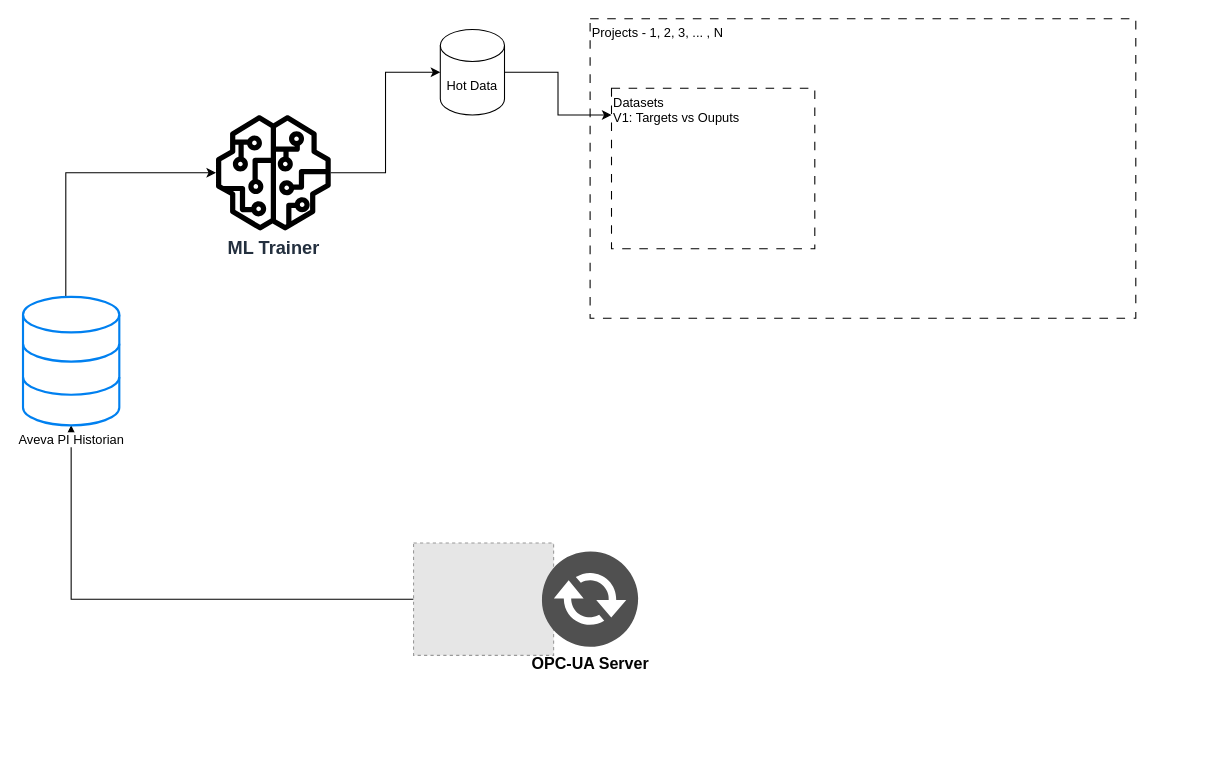
The draw.io diagram page "Data Capture/Datasets_01" (2 of 4) of Untitled Diagram.drawio in sauerBT/PersonalRepo, before the edit. Source tidied: cells renumbered, new cells numbered last; positions are measured from the earlier drawing's top-left corner, leaving out a move shared by most shapes. Both pictures are drawn from the tidied source at 107%, with x=0, y=0 at pixel (22, 18). Pictures stored in the file or linked from it are replaced by grey dashed boxes.
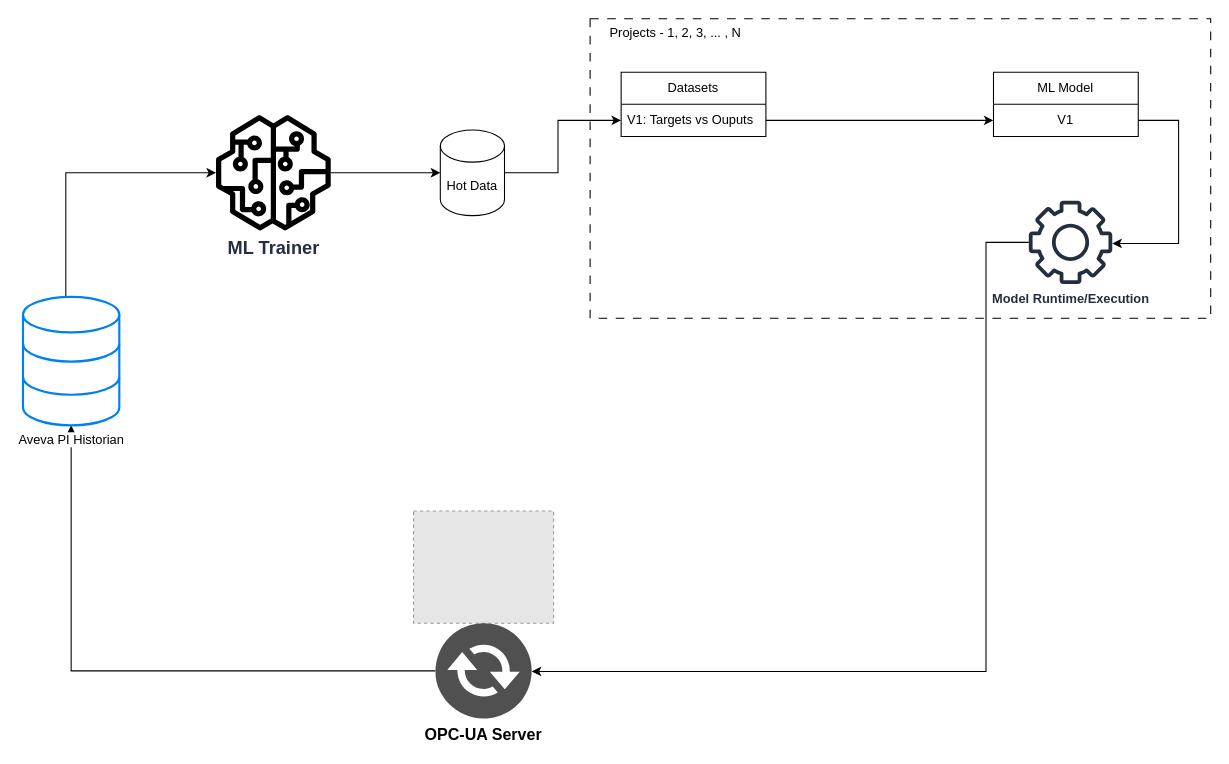
The same diagram, later.

The change refers to these unchanged cells:
```xml
<mxCell id="6" value="Aveva PI Historian" style="html=1;verticalLabelPosition=bottom;align=center;labelBackgroundColor=#ffffff;verticalAlign=top;strokeWidth=2;strokeColor=#0080F0;shadow=0;dashed=0;shape=mxgraph.ios7.icons.data;" parent="1" vertex="1">
  <mxGeometry y="260" width="90" height="120" as="geometry" />
</mxCell>
<mxCell id="7" value="ML Trainer" style="sketch=0;outlineConnect=0;fontColor=#232F3E;gradientColor=none;fillColor=#000000;strokeColor=none;dashed=0;verticalLabelPosition=bottom;verticalAlign=top;align=center;html=1;fontSize=17;fontStyle=1;shape=mxgraph.aws4.sagemaker_model;" parent="1" vertex="1">
  <mxGeometry x="180" y="90" width="108" height="108" as="geometry" />
</mxCell>
```

What changed in the source:
```diff
@@
-    <mxCell id="2" style="edgeStyle=orthogonalEdgeStyle;rounded=0;jettySize=auto;html=1;flowAnimation=1;" parent="1" edge="1" source="3" target="6">
-      <mxGeometry relative="1" as="geometry" />
+    <mxCell id="2" style="edgeStyle=orthogonalEdgeStyle;rounded=0;jettySize=auto;html=1;flowAnimation=1;" parent="1" edge="1" source="4" target="6">
+      <mxGeometry relative="1" as="geometry">
+        <Array as="points">
+          <mxPoint x="45" y="610" />
+        </Array>
+      </mxGeometry>
     </mxCell>
     <mxCell id="3" style="fillColor=#E6E6E6;strokeColor=#999999;dashed=1;verticalLabelPosition=bottom;labelBackgroundColor=default;verticalAlign=top;" parent="1" vertex="1">
-      <mxGeometry x="365" y="490" width="130.9" height="105" as="geometry" />
+      <mxGeometry x="365" y="460" width="130.9" height="105" as="geometry" />
     </mxCell>
-    <mxCell id="4" value="OPC-UA Server" style="sketch=0;shadow=0;dashed=0;html=1;strokeColor=none;fillColor=#505050;labelPosition=center;verticalLabelPosition=bottom;verticalAlign=top;outlineConnect=0;align=center;shape=mxgraph.office.communications.exchange_active_sync;fontStyle=1;fontSize=15;fontColor=#030303;" parent="1" vertex="1">
-      <mxGeometry x="485" y="498" width="89.9" height="89" as="geometry" />
+    <mxCell id="4" value="OPC-UA Server" style="sketch=0;shadow=0;dashed=0;html=1;strokeColor=none;fillColor=#505050;labelPosition=center;verticalLabelPosition=bottom;verticalAlign=top;outlineConnect=0;align=center;shape=mxgraph.office.communications.exchange_active_sync;fontStyle=1;fontSize=15;fontColor=#030303;horizontal=1;" parent="1" vertex="1">
+      <mxGeometry x="385.5" y="565" width="89.9" height="89" as="geometry" />
     </mxCell>
@@
-    <mxCell id="8" style="edgeStyle=orthogonalEdgeStyle;rounded=0;jettySize=auto;html=1;" parent="1" edge="1" source="9" target="12">
+    <mxCell id="8" style="edgeStyle=orthogonalEdgeStyle;rounded=0;jettySize=auto;html=1;flowAnimation=1;entryX=0;entryY=0.5;entryDx=0;entryDy=0;" parent="1" edge="1" source="9" target="15">
       <mxGeometry relative="1" as="geometry">
         <Array as="points">
-          <mxPoint x="500" y="50" />
-          <mxPoint x="500" y="90" />
+          <mxPoint x="500" y="144" />
+          <mxPoint x="500" y="95" />
         </Array>
       </mxGeometry>
     </mxCell>
     <mxCell id="9" value="Hot Data" style="shape=cylinder3;whiteSpace=wrap;html=1;boundedLbl=1;backgroundOutline=1;size=15;" parent="1" vertex="1">
-      <mxGeometry x="390" y="10" width="60" height="80" as="geometry" />
+      <mxGeometry x="390" y="104" width="60" height="80" as="geometry" />
     </mxCell>
-    <mxCell id="10" style="edgeStyle=orthogonalEdgeStyle;rounded=0;jettySize=auto;html=1;entryX=0;entryY=0.5;entryDx=0;entryDy=0;entryPerimeter=0;" parent="1" edge="1" source="7" target="9">
+    <mxCell id="10" style="edgeStyle=orthogonalEdgeStyle;rounded=0;jettySize=auto;html=1;entryX=0;entryY=0.5;entryDx=0;entryDy=0;entryPerimeter=0;flowAnimation=1;" parent="1" edge="1" source="7" target="9">
       <mxGeometry relative="1" as="geometry" />
     </mxCell>
-    <mxCell id="11" value="Projects - 1, 2, 3, ... , N&lt;div&gt;&lt;br&gt;&lt;/div&gt;" style="rounded=0;whiteSpace=wrap;html=1;dashed=1;dashPattern=8 8;align=left;verticalAlign=top;fillColor=none;" parent="1" vertex="1">
-      <mxGeometry x="530" width="510" height="280" as="geometry" />
+    <mxCell id="11" value="&amp;nbsp; &amp;nbsp; &amp;nbsp;Projects - 1, 2, 3, ... , N&lt;div&gt;&lt;br&gt;&lt;/div&gt;" style="rounded=0;whiteSpace=wrap;html=1;dashed=1;dashPattern=8 8;align=left;verticalAlign=top;fillColor=none;" parent="1" vertex="1">
+      <mxGeometry x="530" width="580" height="280" as="geometry" />
     </mxCell>
-    <mxCell id="12" value="Datasets&lt;br&gt;&lt;div&gt;V1: Targets vs Ouputs&lt;/div&gt;" style="rounded=0;whiteSpace=wrap;html=1;dashed=1;dashPattern=8 8;align=left;verticalAlign=top;fillColor=none;" parent="11" vertex="1">
-      <mxGeometry x="20" y="65" width="190" height="150" as="geometry" />
-    </mxCell>
+    <mxCell id="13" style="edgeStyle=none;rounded=0;jettySize=auto;html=1;exitX=1;exitY=0.5;exitDx=0;exitDy=0;entryX=0;entryY=0.5;entryDx=0;entryDy=0;flowAnimation=1;" parent="11" edge="1" source="15" target="17">
+      <mxGeometry relative="1" as="geometry" />
+    </mxCell>
+    <mxCell id="14" value="Datasets" style="swimlane;fontStyle=0;horizontal=1;startSize=30;whiteSpace=wrap;html=1;" parent="11" vertex="1">
+      <mxGeometry x="29" y="50" width="135.3" height="60" as="geometry" />
+    </mxCell>
+    <mxCell id="15" value="&lt;span style=&quot;text-align: center;&quot;&gt;V1: Targets vs Ouputs&lt;/span&gt;" style="text;strokeColor=none;fillColor=none;align=left;verticalAlign=middle;spacingLeft=4;spacingRight=4;overflow=hidden;points=[[0,0.5],[1,0.5]];portConstraint=eastwest;whiteSpace=wrap;html=1;dashed=1;" parent="14" vertex="1">
+      <mxGeometry y="30" width="135.3" height="30" as="geometry" />
+    </mxCell>
+    <mxCell id="16" value="ML Model" style="swimlane;fontStyle=0;horizontal=1;startSize=30;whiteSpace=wrap;html=1;" parent="11" vertex="1">
+      <mxGeometry x="377" y="50" width="135.3" height="60" as="geometry" />
+    </mxCell>
+    <mxCell id="17" value="&lt;span style=&quot;&quot;&gt;V1&lt;/span&gt;" style="text;strokeColor=none;fillColor=none;align=center;verticalAlign=middle;spacingLeft=4;spacingRight=4;overflow=hidden;points=[[0,0.5],[1,0.5]];portConstraint=eastwest;whiteSpace=wrap;html=1;" parent="16" vertex="1">
+      <mxGeometry y="30" width="135.3" height="30" as="geometry" />
+    </mxCell>
+    <mxCell id="18" value="Model Runtime/Execution" style="sketch=0;outlineConnect=0;fontColor=#232F3E;gradientColor=none;fillColor=#232F3D;strokeColor=none;dashed=0;verticalLabelPosition=bottom;verticalAlign=top;align=center;html=1;fontSize=12;fontStyle=1;shape=mxgraph.aws4.gear;" parent="11" vertex="1">
+      <mxGeometry x="410" y="170" width="78" height="78" as="geometry" />
+    </mxCell>
+    <mxCell id="19" style="edgeStyle=orthogonalEdgeStyle;rounded=0;jettySize=auto;html=1;exitX=1;exitY=0.5;exitDx=0;exitDy=0;flowAnimation=1;" parent="11" edge="1" source="17" target="18">
+      <mxGeometry relative="1" as="geometry">
+        <Array as="points">
+          <mxPoint x="550" y="95" />
+          <mxPoint x="550" y="210" />
+        </Array>
+      </mxGeometry>
+    </mxCell>
+    <mxCell id="20" style="edgeStyle=orthogonalEdgeStyle;rounded=0;jettySize=auto;html=1;flowAnimation=1;" parent="1" edge="1" source="18" target="4">
+      <mxGeometry relative="1" as="geometry">
+        <Array as="points">
+          <mxPoint x="900" y="209" />
+          <mxPoint x="900" y="610" />
+        </Array>
+      </mxGeometry>
+    </mxCell>
```
